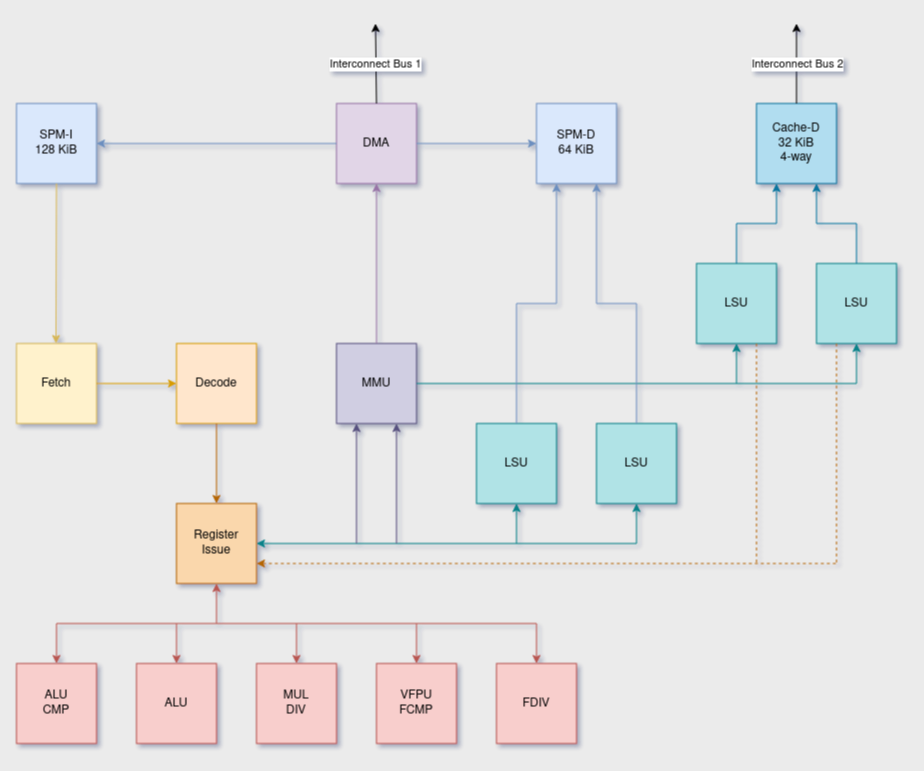
Above: Altair_arch_Intern.png in Kannagi/AltairX (draw.io), before the change. Source tidied: cells renumbered, new cells last; positions are measured from the earlier drawing's top-left corner, leaving out a move shared by most shapes.
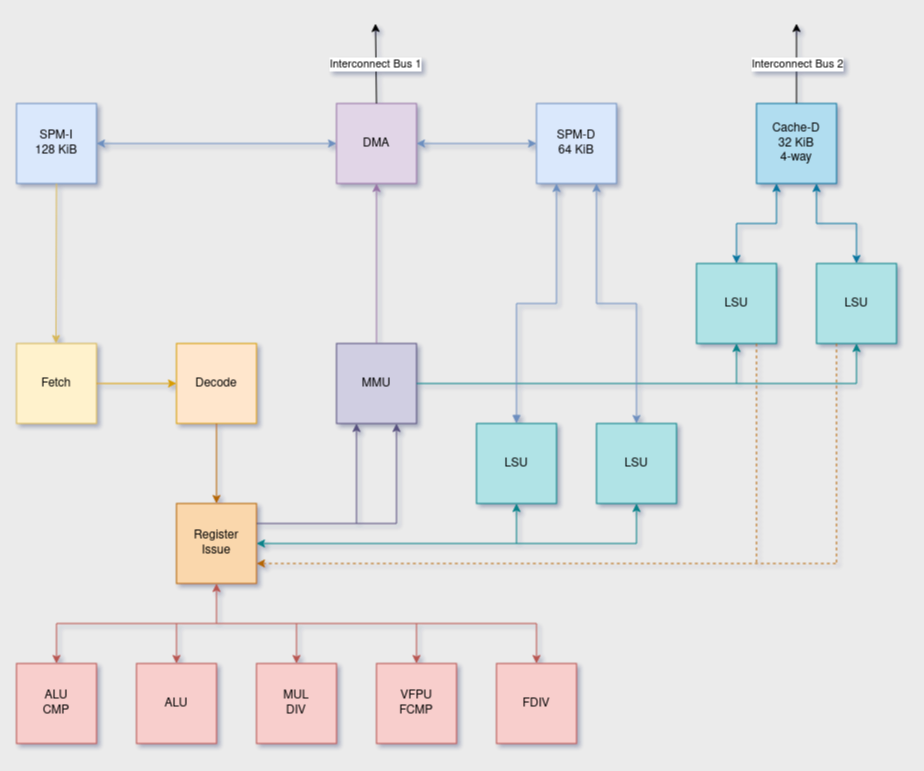
The same diagram one commit later.

Diff of the diagram source:
```diff
@@ -113,12 +113,12 @@
     </mxCell>
     <mxCell id="31" style="endArrow=classic;html=1;rounded=0;entryX=0.75;entryY=1;entryDx=0;entryDy=0;fillColor=#d0cee2;strokeColor=#56517e;" parent="1" edge="1" target="9">
       <mxGeometry relative="1" as="geometry">
-        <mxPoint x="380" y="520" as="sourcePoint" />
+        <mxPoint x="380" y="500" as="sourcePoint" />
       </mxGeometry>
     </mxCell>
     <mxCell id="32" style="endArrow=classic;html=1;rounded=0;entryX=0.25;entryY=1;entryDx=0;entryDy=0;fillColor=#d0cee2;strokeColor=#56517e;" parent="1" edge="1" target="9">
       <mxGeometry relative="1" as="geometry">
-        <mxPoint x="340" y="520" as="sourcePoint" />
+        <mxPoint x="340" y="500" as="sourcePoint" />
       </mxGeometry>
     </mxCell>
     <mxCell id="33" style="endArrow=none;html=1;rounded=0;exitX=1;exitY=0.5;exitDx=0;exitDy=0;endFill=0;fillColor=#b0e3e6;strokeColor=#0e8088;" parent="1" edge="1" source="9">
@@ -136,10 +136,10 @@
         <mxPoint x="840" y="360" as="sourcePoint" />
       </mxGeometry>
     </mxCell>
-    <mxCell id="36" style="endArrow=classic;html=1;rounded=0;exitX=0;exitY=0.5;exitDx=0;exitDy=0;entryX=1;entryY=0.5;entryDx=0;entryDy=0;fillColor=#dae8fc;strokeColor=#6c8ebf;" parent="1" edge="1" source="10" target="2">
+    <mxCell id="36" style="endArrow=classic;html=1;rounded=0;exitX=0;exitY=0.5;exitDx=0;exitDy=0;entryX=1;entryY=0.5;entryDx=0;entryDy=0;fillColor=#dae8fc;strokeColor=#6c8ebf;startArrow=classic;startFill=1;" parent="1" edge="1" source="10" target="2">
       <mxGeometry relative="1" as="geometry" />
     </mxCell>
-    <mxCell id="37" style="endArrow=classic;html=1;rounded=0;exitX=1;exitY=0.5;exitDx=0;exitDy=0;entryX=0;entryY=0.5;entryDx=0;entryDy=0;fillColor=#dae8fc;strokeColor=#6c8ebf;" parent="1" edge="1" source="10" target="5">
+    <mxCell id="37" style="endArrow=classic;html=1;rounded=0;exitX=1;exitY=0.5;exitDx=0;exitDy=0;entryX=0;entryY=0.5;entryDx=0;entryDy=0;fillColor=#dae8fc;strokeColor=#6c8ebf;startArrow=classic;startFill=1;" parent="1" edge="1" source="10" target="5">
       <mxGeometry relative="1" as="geometry" />
     </mxCell>
     <mxCell id="38" style="endArrow=classic;html=1;rounded=0;entryX=0.5;entryY=1;entryDx=0;entryDy=0;exitX=0.5;exitY=0;exitDx=0;exitDy=0;fillColor=#e1d5e7;strokeColor=#9673a6;" parent="1" edge="1" source="9" target="10">
@@ -148,16 +148,16 @@
     <mxCell id="39" value="Cache-D&lt;br&gt;32 KiB&lt;br&gt;4-way" style="rounded=0;whiteSpace=wrap;html=1;fillColor=#b1ddf0;strokeColor=#10739e;" parent="1" vertex="1">
       <mxGeometry x="740" y="80" width="80" height="80" as="geometry" />
     </mxCell>
-    <mxCell id="40" style="endArrow=classic;html=1;rounded=0;entryX=0.25;entryY=1;entryDx=0;entryDy=0;exitX=0.5;exitY=0;exitDx=0;exitDy=0;edgeStyle=orthogonalEdgeStyle;fillColor=#b1ddf0;strokeColor=#10739e;" parent="1" edge="1" source="7" target="39">
+    <mxCell id="40" style="endArrow=classic;html=1;rounded=0;entryX=0.25;entryY=1;entryDx=0;entryDy=0;exitX=0.5;exitY=0;exitDx=0;exitDy=0;edgeStyle=orthogonalEdgeStyle;fillColor=#b1ddf0;strokeColor=#10739e;startArrow=classic;startFill=1;" parent="1" edge="1" source="7" target="39">
       <mxGeometry relative="1" as="geometry" />
     </mxCell>
-    <mxCell id="41" style="endArrow=classic;html=1;rounded=0;entryX=0.75;entryY=1;entryDx=0;entryDy=0;exitX=0.5;exitY=0;exitDx=0;exitDy=0;edgeStyle=orthogonalEdgeStyle;fillColor=#b1ddf0;strokeColor=#10739e;" parent="1" edge="1" source="8" target="39">
+    <mxCell id="41" style="endArrow=classic;html=1;rounded=0;entryX=0.75;entryY=1;entryDx=0;entryDy=0;exitX=0.5;exitY=0;exitDx=0;exitDy=0;edgeStyle=orthogonalEdgeStyle;fillColor=#b1ddf0;strokeColor=#10739e;startArrow=classic;startFill=1;" parent="1" edge="1" source="8" target="39">
       <mxGeometry relative="1" as="geometry" />
     </mxCell>
-    <mxCell id="42" style="endArrow=classic;html=1;rounded=0;entryX=0.25;entryY=1;entryDx=0;entryDy=0;exitX=0.5;exitY=0;exitDx=0;exitDy=0;edgeStyle=orthogonalEdgeStyle;fillColor=#dae8fc;strokeColor=#6c8ebf;" parent="1" edge="1" source="6" target="5">
+    <mxCell id="42" style="endArrow=classic;html=1;rounded=0;entryX=0.25;entryY=1;entryDx=0;entryDy=0;exitX=0.5;exitY=0;exitDx=0;exitDy=0;edgeStyle=orthogonalEdgeStyle;fillColor=#dae8fc;strokeColor=#6c8ebf;startArrow=block;startFill=1;" parent="1" edge="1" source="6" target="5">
       <mxGeometry relative="1" as="geometry" />
     </mxCell>
-    <mxCell id="43" style="endArrow=classic;html=1;rounded=0;entryX=0.75;entryY=1;entryDx=0;entryDy=0;exitX=0.5;exitY=0;exitDx=0;exitDy=0;edgeStyle=orthogonalEdgeStyle;fillColor=#dae8fc;strokeColor=#6c8ebf;" parent="1" edge="1" source="11" target="5">
+    <mxCell id="43" style="endArrow=classic;html=1;rounded=0;entryX=0.75;entryY=1;entryDx=0;entryDy=0;exitX=0.5;exitY=0;exitDx=0;exitDy=0;edgeStyle=orthogonalEdgeStyle;fillColor=#dae8fc;strokeColor=#6c8ebf;startArrow=classic;startFill=1;" parent="1" edge="1" source="11" target="5">
       <mxGeometry relative="1" as="geometry" />
     </mxCell>
     <mxCell id="44" style="endArrow=classic;html=1;rounded=0;fillColor=#b0e3e6;strokeColor=#000000;exitX=0.5;exitY=0;exitDx=0;exitDy=0;" parent="1" edge="1" source="10">
@@ -195,5 +195,10 @@
         <mxPoint x="820" y="540" as="targetPoint" />
       </mxGeometry>
     </mxCell>
+    <mxCell id="51" style="endArrow=none;html=1;rounded=0;exitX=1;exitY=0.25;exitDx=0;exitDy=0;fillColor=#d0cee2;strokeColor=#56517e;endFill=0;" parent="1" edge="1" source="12">
+      <mxGeometry relative="1" as="geometry">
+        <mxPoint x="380" y="500" as="targetPoint" />
+      </mxGeometry>
+    </mxCell>
   </root>
 </mxGraphModel>
```
